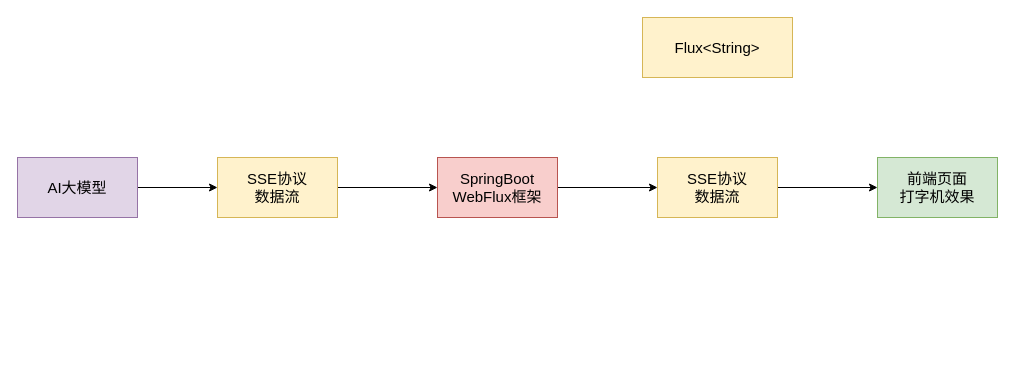
This is Flux对象.drawio from ChengziMao/picture, a draw.io file, before an edit. Source tidied: cells renumbered, new cells numbered last; positions are measured from the earlier drawing's top-left corner, leaving out a move shared by most shapes. Both pictures are drawn from the tidied source at 100%, with x=0, y=0 at pixel (17, 17).
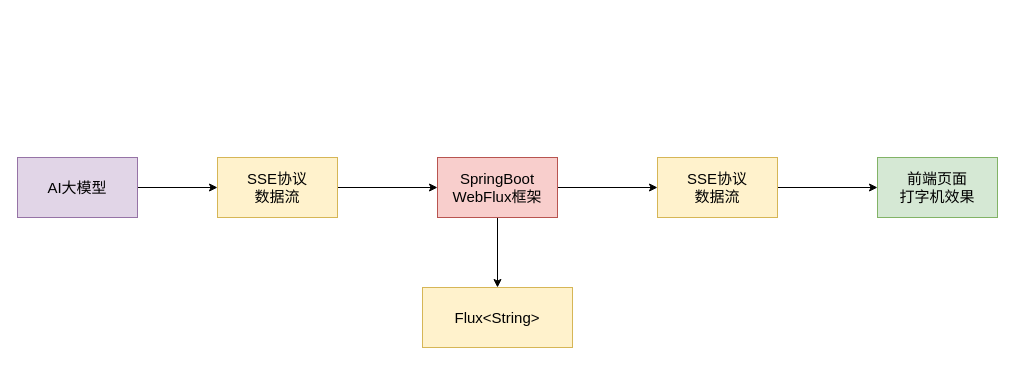
Above is the later version.

Change to the diagram source:
```diff
@@
 <mxGraphModel>
   <root>
     <mxCell id="0" />
     <mxCell id="1" parent="0" />
     <mxCell id="2" style="edgeStyle=orthogonalEdgeStyle;rounded=0;jettySize=auto;html=1;entryX=0;entryY=0.5;entryDx=0;entryDy=0;" parent="1" edge="1" source="3" target="5">
       <mxGeometry relative="1" as="geometry" />
     </mxCell>
     <mxCell id="3" value="AI大模型" style="rounded=0;whiteSpace=wrap;html=1;fontSize=15;fillColor=#e1d5e7;strokeColor=#9673a6;" parent="1" vertex="1">
       <mxGeometry y="140" width="120" height="60" as="geometry" />
     </mxCell>
     <mxCell id="4" style="edgeStyle=orthogonalEdgeStyle;rounded=0;jettySize=auto;html=1;entryX=0;entryY=0.5;entryDx=0;entryDy=0;" parent="1" edge="1" source="5" target="7">
       <mxGeometry relative="1" as="geometry" />
     </mxCell>
     <mxCell id="5" value="SSE协议&lt;div&gt;数据流&lt;/div&gt;" style="rounded=0;whiteSpace=wrap;html=1;fontSize=15;fillColor=#fff2cc;strokeColor=#d6b656;" parent="1" vertex="1">
       <mxGeometry x="200" y="140" width="120" height="60" as="geometry" />
     </mxCell>
     <mxCell id="6" style="edgeStyle=orthogonalEdgeStyle;rounded=0;jettySize=auto;html=1;entryX=0;entryY=0.5;entryDx=0;entryDy=0;" parent="1" edge="1" source="7" target="9">
       <mxGeometry relative="1" as="geometry" />
     </mxCell>
+    <mxCell id="12" style="edgeStyle=orthogonalEdgeStyle;rounded=0;jettySize=auto;html=1;entryX=0.5;entryY=0;entryDx=0;entryDy=0;" parent="1" edge="1" source="7" target="11">
+      <mxGeometry relative="1" as="geometry" />
+    </mxCell>
     <mxCell id="7" value="SpringBoot&lt;div&gt;WebFlux框架&lt;/div&gt;" style="rounded=0;whiteSpace=wrap;html=1;fontSize=15;fillColor=#f8cecc;strokeColor=#b85450;" parent="1" vertex="1">
       <mxGeometry x="420" y="140" width="120" height="60" as="geometry" />
     </mxCell>
     <mxCell id="8" style="edgeStyle=orthogonalEdgeStyle;rounded=0;jettySize=auto;html=1;entryX=0;entryY=0.5;entryDx=0;entryDy=0;" parent="1" edge="1" source="9" target="10">
       <mxGeometry relative="1" as="geometry" />
     </mxCell>
     <mxCell id="9" value="SSE协议&lt;div&gt;数据流&lt;/div&gt;" style="rounded=0;whiteSpace=wrap;html=1;fontSize=15;fillColor=#fff2cc;strokeColor=#d6b656;" parent="1" vertex="1">
       <mxGeometry x="640" y="140" width="120" height="60" as="geometry" />
     </mxCell>
     <mxCell id="10" value="前端页面&lt;div&gt;打字机效果&lt;/div&gt;" style="rounded=0;whiteSpace=wrap;html=1;fontSize=15;fillColor=#d5e8d4;strokeColor=#82b366;" parent="1" vertex="1">
       <mxGeometry x="860" y="140" width="120" height="60" as="geometry" />
     </mxCell>
     <mxCell id="11" value="Flux&amp;lt;String&amp;gt;" style="rounded=0;whiteSpace=wrap;html=1;fontSize=15;fillColor=#fff2cc;strokeColor=#d6b656;" parent="1" vertex="1">
-      <mxGeometry x="625" width="150" height="60" as="geometry" />
+      <mxGeometry x="405" y="270" width="150" height="60" as="geometry" />
     </mxCell>
   </root>
 </mxGraphModel>
```
